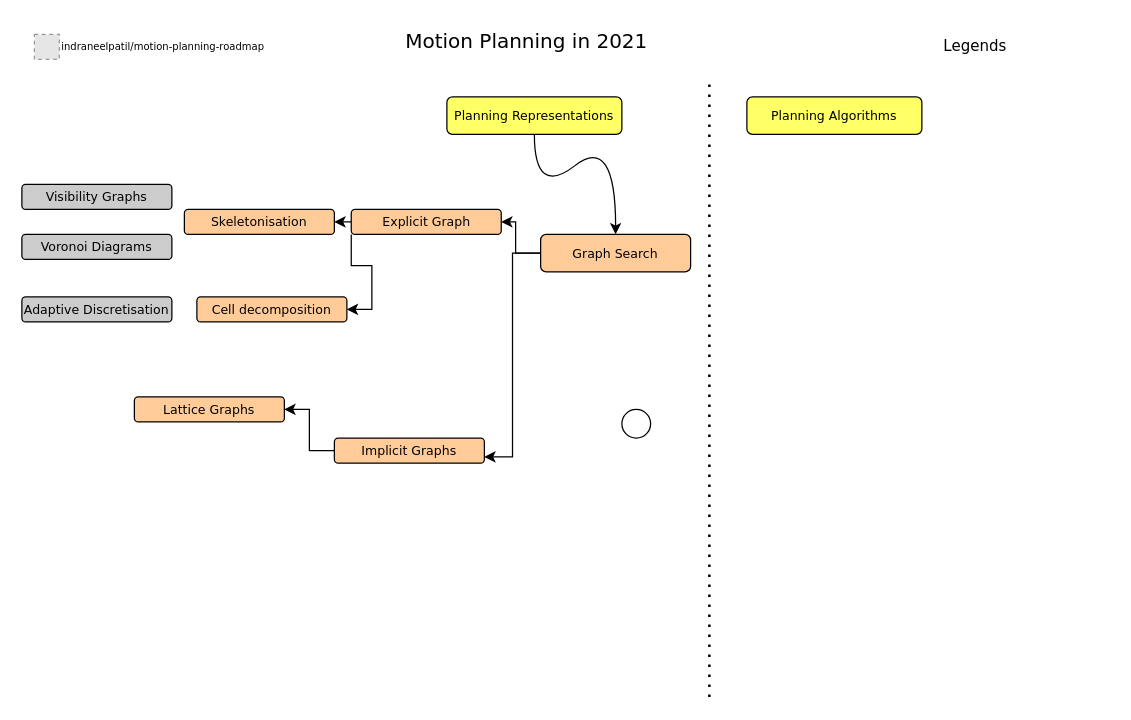
Before: Untitled Diagram.drawio in indraneelpatil/motion-planning-roadmap, a draw.io diagram. Source tidied: cells renumbered, new cells numbered last; positions are measured from the earlier drawing's top-left corner, leaving out a move shared by most shapes. Both pictures are drawn from the tidied source at 125%, with x=0, y=0 at pixel (21, 21). Pictures stored in the file or linked from it are replaced by grey dashed boxes.
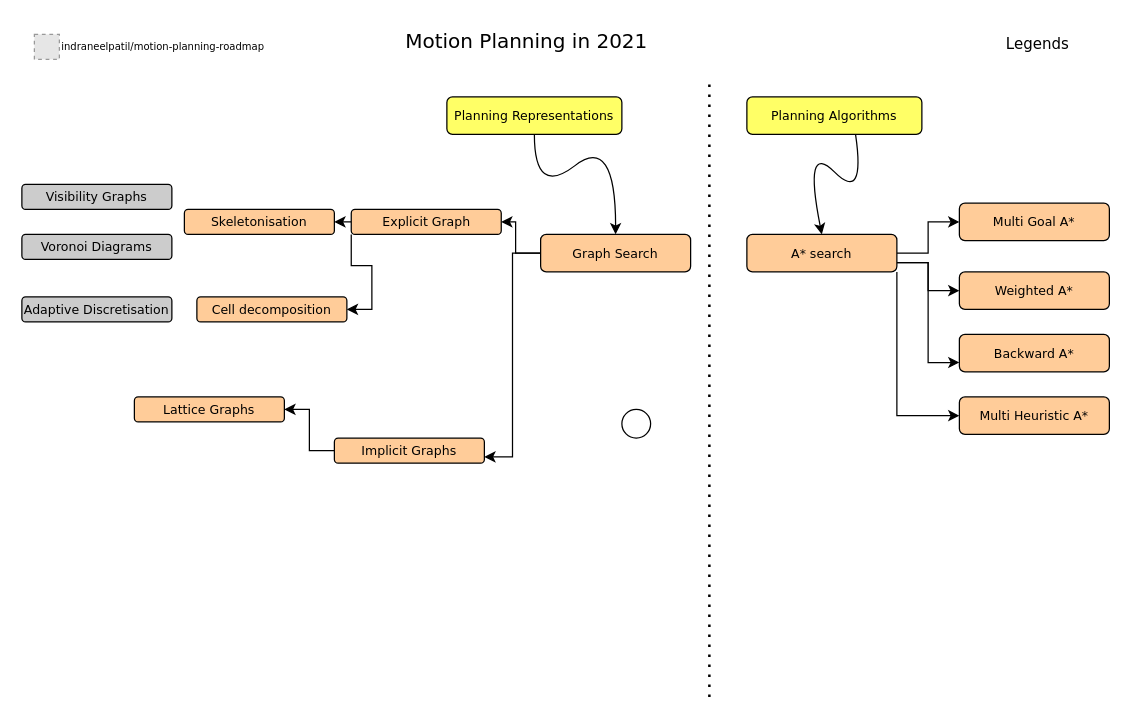
Above is the later version.

Unchanged cells that the change refers to:
```xml
<mxCell id="17" value="Planning Algorithms" style="rounded=1;whiteSpace=wrap;html=1;comic=0;fontFamily=Verdana;fontSize=10;fillColor=#FFFF66;" parent="1" vertex="1">
  <mxGeometry x="580" y="60" width="140" height="30" as="geometry" />
</mxCell>
```

The edit, as a diff of the source:
```diff
@@
     <mxCell id="5" value="Legends" style="text;html=1;strokeColor=none;fillColor=none;align=right;verticalAlign=middle;whiteSpace=wrap;rounded=0;comic=0;fontFamily=Verdana;fontSize=12;" parent="1" vertex="1">
-      <mxGeometry x="710" y="10" width="80" height="20" as="geometry" />
+      <mxGeometry x="760" y="7.5" width="80" height="20" as="geometry" />
     </mxCell>
@@
+    <mxCell id="25" style="edgeStyle=orthogonalEdgeStyle;rounded=0;jettySize=auto;html=1;exitX=1;exitY=0.5;exitDx=0;exitDy=0;" parent="1" edge="1" source="29" target="30">
+      <mxGeometry relative="1" as="geometry" />
+    </mxCell>
+    <mxCell id="26" style="edgeStyle=orthogonalEdgeStyle;rounded=0;jettySize=auto;html=1;exitX=1;exitY=0.75;exitDx=0;exitDy=0;entryX=0;entryY=0.5;entryDx=0;entryDy=0;" parent="1" edge="1" source="29" target="32">
+      <mxGeometry relative="1" as="geometry" />
+    </mxCell>
+    <mxCell id="27" style="edgeStyle=orthogonalEdgeStyle;rounded=0;jettySize=auto;html=1;exitX=1;exitY=0.75;exitDx=0;exitDy=0;entryX=0;entryY=0.75;entryDx=0;entryDy=0;" parent="1" edge="1" source="29" target="33">
+      <mxGeometry relative="1" as="geometry" />
+    </mxCell>
+    <mxCell id="28" style="edgeStyle=orthogonalEdgeStyle;rounded=0;jettySize=auto;html=1;exitX=1;exitY=1;exitDx=0;exitDy=0;entryX=0;entryY=0.5;entryDx=0;entryDy=0;" parent="1" edge="1" source="29" target="34">
+      <mxGeometry relative="1" as="geometry" />
+    </mxCell>
+    <mxCell id="29" value="A* search" style="rounded=1;whiteSpace=wrap;html=1;comic=0;fontFamily=Verdana;fontSize=10;fillColor=#FFCC99;" parent="1" vertex="1">
+      <mxGeometry x="580" y="170" width="120" height="30" as="geometry" />
+    </mxCell>
+    <mxCell id="30" value="Multi Goal A*" style="rounded=1;whiteSpace=wrap;html=1;comic=0;fontFamily=Verdana;fontSize=10;fillColor=#FFCC99;" parent="1" vertex="1">
+      <mxGeometry x="750" y="145" width="120" height="30" as="geometry" />
+    </mxCell>
+    <mxCell id="31" style="curved=1;endArrow=classic;html=1;rounded=0;entryX=0.5;entryY=0;entryDx=0;entryDy=0;exitX=0.621;exitY=1;exitDx=0;exitDy=0;exitPerimeter=0;" parent="1" edge="1" source="17" target="29">
+      <mxGeometry relative="1" as="geometry">
+        <Array as="points">
+          <mxPoint x="675" y="145" />
+          <mxPoint x="625" y="95" />
+        </Array>
+      </mxGeometry>
+    </mxCell>
+    <mxCell id="32" value="Weighted A*" style="rounded=1;whiteSpace=wrap;html=1;comic=0;fontFamily=Verdana;fontSize=10;fillColor=#FFCC99;" parent="1" vertex="1">
+      <mxGeometry x="750" y="200" width="120" height="30" as="geometry" />
+    </mxCell>
+    <mxCell id="33" value="Backward A*" style="rounded=1;whiteSpace=wrap;html=1;comic=0;fontFamily=Verdana;fontSize=10;fillColor=#FFCC99;" parent="1" vertex="1">
+      <mxGeometry x="750" y="250" width="120" height="30" as="geometry" />
+    </mxCell>
+    <mxCell id="34" value="Multi Heuristic A*" style="rounded=1;whiteSpace=wrap;html=1;comic=0;fontFamily=Verdana;fontSize=10;fillColor=#FFCC99;" parent="1" vertex="1">
+      <mxGeometry x="750" y="300" width="120" height="30" as="geometry" />
+    </mxCell>
```
